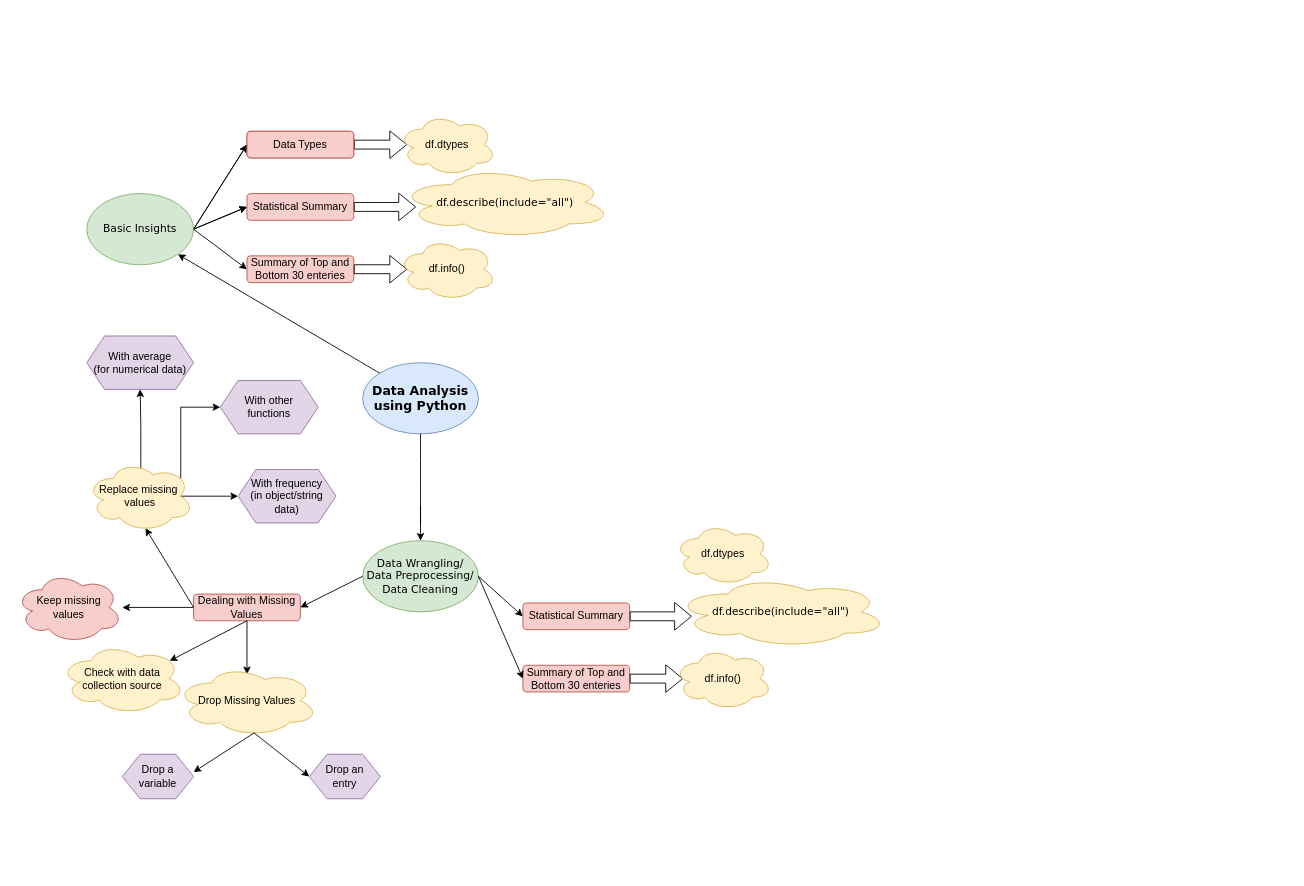
This is Flowchart.drawio from AdityaSharma911/Data-Analysis-in-Python, a draw.io file, before an edit. Source tidied: cells renumbered, new cells numbered last; positions are measured from the earlier drawing's top-left corner, leaving out a move shared by most shapes. Both pictures are drawn from the tidied source at 89%, with x=0, y=0 at pixel (15, 113).
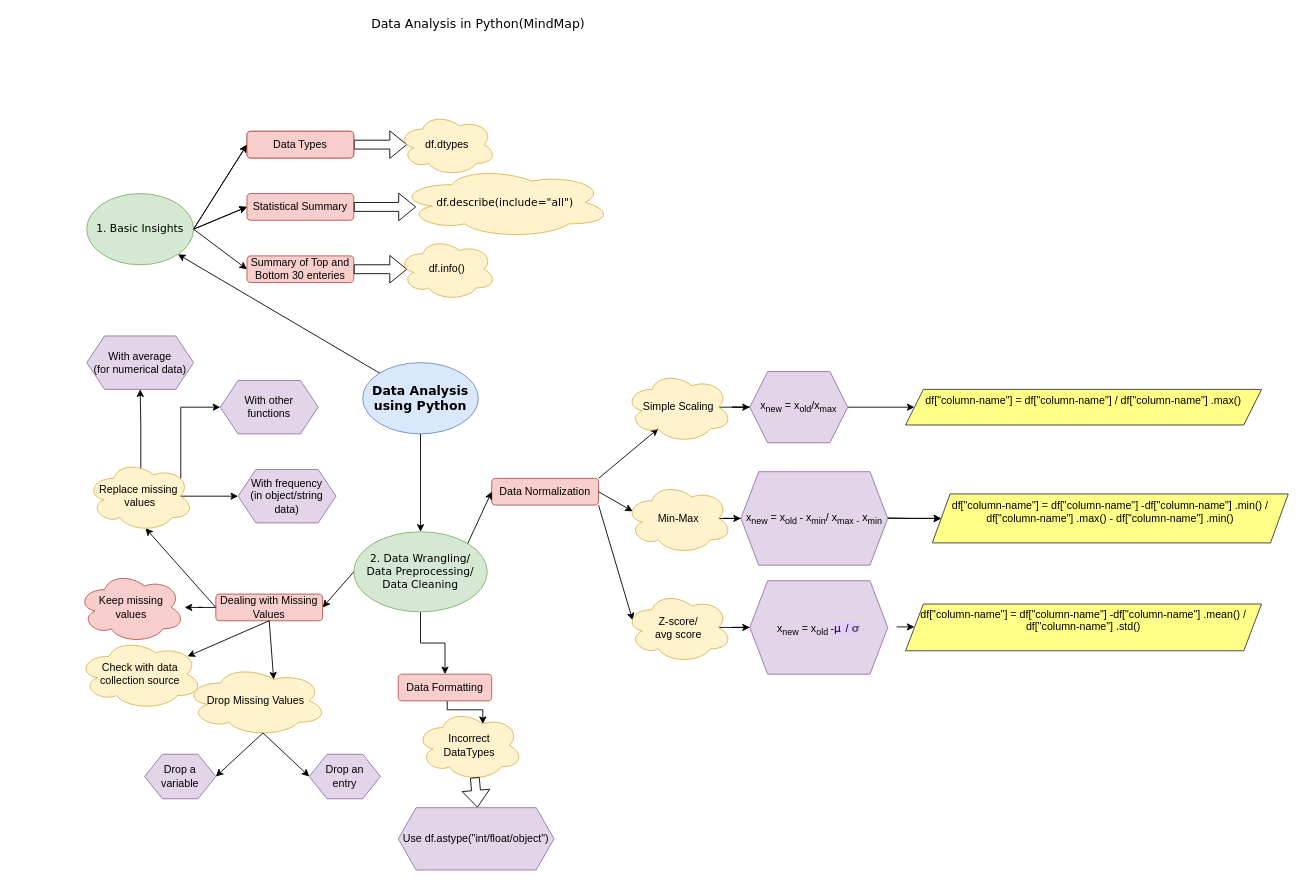
Above is the later version.

Unchanged cells that the change refers to:
```xml
<mxCell id="2" value="&lt;h3&gt;&lt;font face=&quot;Verdana&quot;&gt;Data Analysis using Python&lt;/font&gt;&lt;/h3&gt;" style="ellipse;whiteSpace=wrap;html=1;labelBackgroundColor=none;fillColor=#dae8fc;strokeColor=#6c8ebf;" parent="1" vertex="1">
  <mxGeometry x="390" y="280" width="130" height="80" as="geometry" />
</mxCell>
```

The edit, as a diff of the source:
```diff
@@
-<mxGraphModel>
+<mxGraphModel background="#FFFFFF">
@@
-    <mxCell id="16" value="&lt;font face=&quot;Verdana&quot;&gt;Basic Insights&lt;/font&gt;" style="ellipse;whiteSpace=wrap;html=1;fillColor=#d5e8d4;strokeColor=#82b366;" parent="1" vertex="1">
+    <mxCell id="16" value="&lt;font face=&quot;Verdana&quot;&gt;1. Basic Insights&lt;/font&gt;" style="ellipse;whiteSpace=wrap;html=1;fillColor=#d5e8d4;strokeColor=#82b366;" parent="1" vertex="1">
       <mxGeometry x="80" y="90" width="120" height="80" as="geometry" />
     </mxCell>
@@
-    <mxCell id="20" value="Statistical Summary" style="rounded=1;whiteSpace=wrap;html=1;fillColor=#f8cecc;strokeColor=#b85450;" parent="1" vertex="1">
-      <mxGeometry x="570" y="550" width="120" height="30" as="geometry" />
+    <mxCell id="20" value="Data Normalization" style="rounded=1;whiteSpace=wrap;html=1;fillColor=#f8cecc;strokeColor=#b85450;" parent="1" vertex="1">
+      <mxGeometry x="535" y="410" width="120" height="30" as="geometry" />
     </mxCell>
-    <mxCell id="21" style="shape=flexArrow;endArrow=classic;html=1;exitX=1;exitY=0.5;exitDx=0;exitDy=0;" parent="1" edge="1" source="20">
-      <mxGeometry relative="1" as="geometry">
-        <mxPoint x="760" y="565" as="targetPoint" />
-      </mxGeometry>
-    </mxCell>
-    <mxCell id="22" value="Summary of Top and Bottom 30 enteries" style="rounded=1;whiteSpace=wrap;html=1;fillColor=#f8cecc;strokeColor=#b85450;" parent="1" vertex="1">
-      <mxGeometry x="570" y="620" width="120" height="30" as="geometry" />
-    </mxCell>
-    <mxCell id="23" style="shape=flexArrow;endArrow=classic;html=1;" parent="1" edge="1">
-      <mxGeometry relative="1" as="geometry">
-        <mxPoint x="690" y="635" as="sourcePoint" />
-        <mxPoint x="750" y="635" as="targetPoint" />
-      </mxGeometry>
-    </mxCell>
-    <mxCell id="24" value="df.dtypes" style="ellipse;shape=cloud;whiteSpace=wrap;html=1;fillColor=#fff2cc;strokeColor=#d6b656;" parent="1" vertex="1">
-      <mxGeometry x="740" y="460" width="110" height="70" as="geometry" />
-    </mxCell>
-    <mxCell id="25" value="&lt;font face=&quot;Verdana&quot;&gt;df.describe(include=&quot;all&quot;)&lt;/font&gt;" style="ellipse;shape=cloud;whiteSpace=wrap;html=1;fillColor=#fff2cc;strokeColor=#d6b656;" parent="1" vertex="1">
-      <mxGeometry x="740" y="520" width="240" height="80" as="geometry" />
-    </mxCell>
-    <mxCell id="26" value="df.info()" style="ellipse;shape=cloud;whiteSpace=wrap;html=1;fillColor=#fff2cc;strokeColor=#d6b656;" parent="1" vertex="1">
-      <mxGeometry x="740" y="600" width="110" height="70" as="geometry" />
-    </mxCell>
+    <mxCell id="51" style="edgeStyle=orthogonalEdgeStyle;rounded=0;jettySize=auto;html=1;fontColor=#000000;exitX=0.5;exitY=1;exitDx=0;exitDy=0;entryX=0.5;entryY=0;entryDx=0;entryDy=0;" parent="1" edge="1" source="2" target="27">
+      <mxGeometry relative="1" as="geometry" />
+    </mxCell>
+    <mxCell id="52" style="edgeStyle=orthogonalEdgeStyle;rounded=0;jettySize=auto;html=1;fontColor=#000000;entryX=0.5;entryY=0;entryDx=0;entryDy=0;" parent="1" edge="1" source="27" target="54">
+      <mxGeometry relative="1" as="geometry" />
+    </mxCell>
-    <mxCell id="27" value="&lt;font face=&quot;Verdana&quot;&gt;Data Wrangling/&lt;br&gt;Data Preprocessing/&lt;br&gt;Data Cleaning&lt;br&gt;&lt;/font&gt;" style="ellipse;whiteSpace=wrap;html=1;fillColor=#d5e8d4;strokeColor=#82b366;" parent="1" vertex="1">
-      <mxGeometry x="390" y="480" width="130" height="80" as="geometry" />
+    <mxCell id="27" value="&lt;font face=&quot;Verdana&quot;&gt;2. Data Wrangling/&lt;br&gt;Data Preprocessing/&lt;br&gt;Data Cleaning&lt;br&gt;&lt;/font&gt;" style="ellipse;whiteSpace=wrap;html=1;fillColor=#d5e8d4;strokeColor=#82b366;" parent="1" vertex="1">
+      <mxGeometry x="380" y="470" width="150" height="90" as="geometry" />
     </mxCell>
@@
     <mxCell id="30" value="Dealing with Missing Values" style="rounded=1;whiteSpace=wrap;html=1;fillColor=#f8cecc;strokeColor=#b85450;" parent="1" vertex="1">
-      <mxGeometry x="200" y="540" width="120" height="30" as="geometry" />
+      <mxGeometry x="225" y="540" width="120" height="30" as="geometry" />
     </mxCell>
-    <mxCell id="31" style="endArrow=classic;html=1;exitX=1;exitY=0.5;exitDx=0;exitDy=0;entryX=0;entryY=0.5;entryDx=0;entryDy=0;" parent="1" edge="1" source="27">
-      <mxGeometry relative="1" as="geometry">
-        <mxPoint x="570" y="565" as="targetPoint" />
-      </mxGeometry>
+    <mxCell id="31" style="endArrow=classic;html=1;exitX=1;exitY=0;exitDx=0;exitDy=0;entryX=0;entryY=0.5;entryDx=0;entryDy=0;" parent="1" edge="1" source="27" target="20">
+      <mxGeometry relative="1" as="geometry" />
     </mxCell>
-    <mxCell id="32" style="curved=1;endArrow=classic;html=1;exitX=0.5;exitY=1;exitDx=0;exitDy=0;" parent="1" edge="1" source="2">
-      <mxGeometry relative="1" as="geometry">
-        <mxPoint x="455" y="480" as="targetPoint" />
-        <Array as="points">
-          <mxPoint x="455" y="490" />
-          <mxPoint x="455" y="420" />
-        </Array>
-      </mxGeometry>
-    </mxCell>
-    <mxCell id="33" style="endArrow=classic;html=1;entryX=0;entryY=0.5;entryDx=0;entryDy=0;exitX=1;exitY=0.5;exitDx=0;exitDy=0;" parent="1" edge="1" source="27" target="22">
-      <mxGeometry relative="1" as="geometry" />
-    </mxCell>
@@
-    <mxCell id="35" style="endArrow=classic;html=1;exitX=0.5;exitY=1;exitDx=0;exitDy=0;" parent="1" edge="1" source="30">
-      <mxGeometry relative="1" as="geometry">
-        <mxPoint x="260" y="630" as="targetPoint" />
-      </mxGeometry>
+    <mxCell id="35" style="endArrow=classic;html=1;exitX=0.5;exitY=1;exitDx=0;exitDy=0;entryX=0.625;entryY=0.2;entryDx=0;entryDy=0;entryPerimeter=0;" parent="1" edge="1" source="30" target="37">
+      <mxGeometry relative="1" as="geometry" />
     </mxCell>
     <mxCell id="36" value="Check with data collection source" style="ellipse;shape=cloud;whiteSpace=wrap;html=1;labelBackgroundColor=none;fillColor=#fff2cc;strokeColor=#d6b656;" parent="1" vertex="1">
-      <mxGeometry x="50" y="595" width="140" height="80" as="geometry" />
+      <mxGeometry x="70" y="590" width="140" height="80" as="geometry" />
     </mxCell>
     <mxCell id="37" value="Drop Missing Values" style="ellipse;shape=cloud;whiteSpace=wrap;html=1;labelBackgroundColor=none;fillColor=#fff2cc;strokeColor=#d6b656;" parent="1" vertex="1">
-      <mxGeometry x="180" y="620" width="160" height="80" as="geometry" />
+      <mxGeometry x="190" y="620" width="160" height="80" as="geometry" />
     </mxCell>
-    <mxCell id="38" style="endArrow=classic;html=1;fontColor=#000000;exitX=0.55;exitY=0.95;exitDx=0;exitDy=0;exitPerimeter=0;" parent="1" edge="1" source="37">
-      <mxGeometry relative="1" as="geometry">
-        <mxPoint x="200" y="740" as="targetPoint" />
-      </mxGeometry>
+    <mxCell id="38" style="endArrow=classic;html=1;fontColor=#000000;exitX=0.55;exitY=0.95;exitDx=0;exitDy=0;exitPerimeter=0;entryX=1;entryY=0.5;entryDx=0;entryDy=0;" parent="1" edge="1" source="37" target="39">
+      <mxGeometry relative="1" as="geometry" />
     </mxCell>
     <mxCell id="39" value="Drop a variable" style="shape=hexagon;perimeter=hexagonPerimeter2;whiteSpace=wrap;html=1;fixedSize=1;labelBackgroundColor=none;fillColor=#e1d5e7;strokeColor=#9673a6;" parent="1" vertex="1">
-      <mxGeometry x="120" y="720" width="80" height="50" as="geometry" />
+      <mxGeometry x="145" y="720" width="80" height="50" as="geometry" />
     </mxCell>
@@
     <mxCell id="50" value="Keep missing &lt;br&gt;values" style="ellipse;shape=cloud;whiteSpace=wrap;html=1;rounded=1;strokeColor=#b85450;fillColor=#f8cecc;" parent="1" vertex="1">
-      <mxGeometry y="515" width="120" height="80" as="geometry" />
+      <mxGeometry x="70" y="515" width="120" height="80" as="geometry" />
     </mxCell>
+    <mxCell id="53" style="edgeStyle=orthogonalEdgeStyle;rounded=0;jettySize=auto;html=1;fontColor=#000000;entryX=0.625;entryY=0.2;entryDx=0;entryDy=0;entryPerimeter=0;" parent="1" edge="1" source="54" target="55">
+      <mxGeometry relative="1" as="geometry">
+        <Array as="points">
+          <mxPoint x="485" y="670" />
+          <mxPoint x="525" y="670" />
+        </Array>
+      </mxGeometry>
+    </mxCell>
+    <mxCell id="54" value="Data Formatting" style="rounded=1;whiteSpace=wrap;html=1;fillColor=#f8cecc;strokeColor=#b85450;" parent="1" vertex="1">
+      <mxGeometry x="430" y="630" width="105" height="30" as="geometry" />
+    </mxCell>
+    <mxCell id="55" value="Incorrect &lt;br&gt;DataTypes" style="ellipse;shape=cloud;whiteSpace=wrap;html=1;rounded=1;strokeColor=#d6b656;fillColor=#fff2cc;" parent="1" vertex="1">
+      <mxGeometry x="450" y="670" width="120" height="80" as="geometry" />
+    </mxCell>
+    <mxCell id="56" style="shape=flexArrow;endArrow=classic;html=1;fontColor=#000000;exitX=0.55;exitY=0.95;exitDx=0;exitDy=0;exitPerimeter=0;" parent="1" edge="1" source="55">
+      <mxGeometry relative="1" as="geometry">
+        <mxPoint x="519" y="780" as="targetPoint" />
+      </mxGeometry>
+    </mxCell>
+    <mxCell id="57" value="Use df.astype(&quot;int/float/object&quot;)" style="shape=hexagon;perimeter=hexagonPerimeter2;whiteSpace=wrap;html=1;fixedSize=1;labelBackgroundColor=none;fillColor=#e1d5e7;strokeColor=#9673a6;" parent="1" vertex="1">
+      <mxGeometry x="430" y="780" width="175" height="70" as="geometry" />
+    </mxCell>
+    <mxCell id="58" style="endArrow=classic;html=1;exitX=1;exitY=0;exitDx=0;exitDy=0;entryX=0.31;entryY=0.8;entryDx=0;entryDy=0;entryPerimeter=0;" parent="1" edge="1" source="20" target="60">
+      <mxGeometry relative="1" as="geometry" />
+    </mxCell>
+    <mxCell id="59" style="edgeStyle=orthogonalEdgeStyle;rounded=0;jettySize=auto;html=1;fontColor=#000000;exitX=0.875;exitY=0.5;exitDx=0;exitDy=0;exitPerimeter=0;" parent="1" edge="1" source="60" target="62">
+      <mxGeometry relative="1" as="geometry" />
+    </mxCell>
+    <mxCell id="60" value="Simple Scaling" style="ellipse;shape=cloud;whiteSpace=wrap;html=1;labelBackgroundColor=none;fillColor=#fff2cc;strokeColor=#d6b656;" parent="1" vertex="1">
+      <mxGeometry x="685" y="290" width="120" height="80" as="geometry" />
+    </mxCell>
+    <mxCell id="61" style="edgeStyle=orthogonalEdgeStyle;rounded=0;jettySize=auto;html=1;fontColor=#000000;" parent="1" edge="1" source="62" target="63">
+      <mxGeometry relative="1" as="geometry" />
+    </mxCell>
+    <mxCell id="62" value="x&lt;sub&gt;new&lt;/sub&gt; = x&lt;sub&gt;old&lt;/sub&gt;/x&lt;sub&gt;max&lt;/sub&gt;" style="shape=hexagon;perimeter=hexagonPerimeter2;whiteSpace=wrap;html=1;fixedSize=1;strokeColor=#9673a6;fillColor=#e1d5e7;" parent="1" vertex="1">
+      <mxGeometry x="825" y="290" width="110" height="80" as="geometry" />
+    </mxCell>
+    <mxCell id="63" value="df[&quot;column-name&quot;] = df[&quot;column-name&quot;] / df[&quot;column-name&quot;] .max()&lt;br&gt;&amp;nbsp;" style="shape=parallelogram;perimeter=parallelogramPerimeter;whiteSpace=wrap;html=1;fixedSize=1;strokeColor=#36393d;fillColor=#ffff88;" parent="1" vertex="1">
+      <mxGeometry x="1000" y="310" width="400" height="40" as="geometry" />
+    </mxCell>
+    <mxCell id="64" value="Data Analysis in Python(MindMap)" style="text;html=1;strokeColor=none;fillColor=none;align=center;verticalAlign=middle;whiteSpace=wrap;rounded=0;labelBackgroundColor=none;fontColor=#000000;fontSize=14;fontFamily=Verdana;" parent="1" vertex="1">
+      <mxGeometry x="380" y="-110" width="280" height="20" as="geometry" />
+    </mxCell>
+    <mxCell id="65" style="endArrow=classic;html=1;exitX=1;exitY=0.5;exitDx=0;exitDy=0;entryX=0.07;entryY=0.4;entryDx=0;entryDy=0;entryPerimeter=0;" parent="1" edge="1" source="20" target="67">
+      <mxGeometry relative="1" as="geometry" />
+    </mxCell>
+    <mxCell id="66" style="edgeStyle=orthogonalEdgeStyle;rounded=0;jettySize=auto;html=1;fontColor=#000000;exitX=0.875;exitY=0.5;exitDx=0;exitDy=0;exitPerimeter=0;" parent="1" edge="1" source="67" target="69">
+      <mxGeometry relative="1" as="geometry" />
+    </mxCell>
+    <mxCell id="67" value="Min-Max" style="ellipse;shape=cloud;whiteSpace=wrap;html=1;labelBackgroundColor=none;fillColor=#fff2cc;strokeColor=#d6b656;" parent="1" vertex="1">
+      <mxGeometry x="685" y="415" width="120" height="80" as="geometry" />
+    </mxCell>
+    <mxCell id="68" style="edgeStyle=orthogonalEdgeStyle;rounded=0;jettySize=auto;html=1;fontColor=#000000;" parent="1" edge="1" source="69" target="70">
+      <mxGeometry relative="1" as="geometry" />
+    </mxCell>
+    <mxCell id="69" value="x&lt;sub&gt;new&lt;/sub&gt; = x&lt;sub&gt;old &lt;/sub&gt;- x&lt;sub&gt;min&lt;/sub&gt;/ x&lt;sub&gt;max -&lt;/sub&gt; x&lt;sub&gt;min&lt;/sub&gt;" style="shape=hexagon;perimeter=hexagonPerimeter2;whiteSpace=wrap;html=1;fixedSize=1;strokeColor=#9673a6;fillColor=#e1d5e7;" parent="1" vertex="1">
+      <mxGeometry x="815" y="402.5" width="165" height="105" as="geometry" />
+    </mxCell>
+    <mxCell id="70" value="df[&quot;column-name&quot;] = df[&quot;column-name&quot;] -df[&quot;column-name&quot;] .min() / df[&quot;column-name&quot;] .max() - df[&quot;column-name&quot;] .min()&lt;br&gt;&amp;nbsp;" style="shape=parallelogram;perimeter=parallelogramPerimeter;whiteSpace=wrap;html=1;fixedSize=1;strokeColor=#36393d;fillColor=#ffff88;" parent="1" vertex="1">
+      <mxGeometry x="1030" y="427.5" width="400" height="55" as="geometry" />
+    </mxCell>
+    <mxCell id="71" style="edgeStyle=orthogonalEdgeStyle;rounded=0;jettySize=auto;html=1;fontColor=#000000;entryX=0;entryY=0.5;entryDx=0;entryDy=0;" parent="1" edge="1" target="70">
+      <mxGeometry relative="1" as="geometry">
+        <mxPoint x="980" y="454.4" as="sourcePoint" />
+      </mxGeometry>
+    </mxCell>
+    <mxCell id="72" style="endArrow=classic;html=1;exitX=1;exitY=1;exitDx=0;exitDy=0;entryX=0.07;entryY=0.4;entryDx=0;entryDy=0;entryPerimeter=0;" parent="1" edge="1" source="20" target="74">
+      <mxGeometry relative="1" as="geometry" />
+    </mxCell>
+    <mxCell id="73" style="edgeStyle=orthogonalEdgeStyle;rounded=0;jettySize=auto;html=1;fontColor=#000000;exitX=0.875;exitY=0.5;exitDx=0;exitDy=0;exitPerimeter=0;" parent="1" edge="1" source="74" target="75">
+      <mxGeometry relative="1" as="geometry" />
+    </mxCell>
+    <mxCell id="74" value="Z-score/&lt;br&gt;avg score" style="ellipse;shape=cloud;whiteSpace=wrap;html=1;labelBackgroundColor=none;fillColor=#fff2cc;strokeColor=#d6b656;" parent="1" vertex="1">
+      <mxGeometry x="685" y="537.5" width="120" height="80" as="geometry" />
+    </mxCell>
+    <mxCell id="75" value="x&lt;sub&gt;new&lt;/sub&gt; = x&lt;sub&gt;old &lt;/sub&gt;-&lt;span style=&quot;background-color: rgb(229 , 204 , 255)&quot;&gt;&lt;font face=&quot;Verdana&quot;&gt;&lt;span style=&quot;text-align: left&quot;&gt;&lt;font style=&quot;font-size: 12px&quot;&gt;μ&lt;/font&gt;&lt;/span&gt;&lt;span style=&quot;font-size: 16px ; text-align: left&quot;&gt;&amp;nbsp;&lt;/span&gt;&lt;/font&gt;/&amp;nbsp;&lt;span style=&quot;font-weight: bold ; color: rgb(95 , 99 , 104) ; text-align: left&quot;&gt;&lt;font style=&quot;font-size: 12px&quot; face=&quot;Verdana&quot;&gt;σ&lt;/font&gt;&lt;/span&gt;&lt;/span&gt;" style="shape=hexagon;perimeter=hexagonPerimeter2;whiteSpace=wrap;html=1;fixedSize=1;strokeColor=#9673a6;fillColor=#e1d5e7;" parent="1" vertex="1">
+      <mxGeometry x="825" y="525" width="155" height="105" as="geometry" />
+    </mxCell>
+    <mxCell id="76" style="edgeStyle=orthogonalEdgeStyle;rounded=0;jettySize=auto;html=1;fontColor=#000000;entryX=0;entryY=0.5;entryDx=0;entryDy=0;" parent="1" edge="1" target="77">
+      <mxGeometry relative="1" as="geometry">
+        <mxPoint x="990" y="576.9" as="sourcePoint" />
+      </mxGeometry>
+    </mxCell>
+    <mxCell id="77" value="df[&quot;column-name&quot;] = df[&quot;column-name&quot;] -df[&quot;column-name&quot;] .mean() / df[&quot;column-name&quot;] .std()&lt;br&gt;&amp;nbsp;" style="shape=parallelogram;perimeter=parallelogramPerimeter;whiteSpace=wrap;html=1;fixedSize=1;strokeColor=#36393d;fillColor=#ffff88;" parent="1" vertex="1">
+      <mxGeometry x="1000" y="551.2" width="400" height="52.5" as="geometry" />
+    </mxCell>
```
